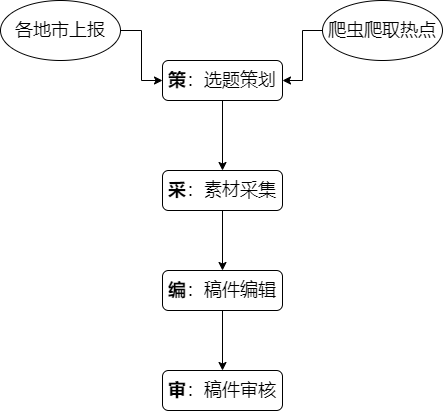
Earlier version of the draw.io export Untitled Diagram.png (yangJinRui325/note). Source tidied: cells renumbered, new cells last; positions are measured from the earlier drawing's top-left corner, leaving out a move shared by most shapes.
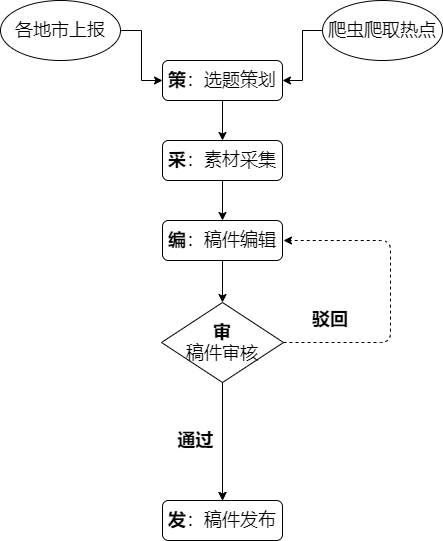
Later version of the same file.

What changed in the source:
```diff
@@ -8,19 +8,17 @@
     <mxCell id="3" value="&lt;font style=&quot;font-size: 18px&quot;&gt;&lt;b&gt;策&lt;/b&gt;：选题策划&lt;/font&gt;" style="rounded=1;whiteSpace=wrap;html=1;fontSize=12;glass=0;strokeWidth=1;shadow=0;" parent="1" vertex="1">
       <mxGeometry x="162" y="60" width="120" height="40" as="geometry" />
     </mxCell>
-    <mxCell id="4" style="edgeStyle=orthogonalEdgeStyle;rounded=0;jettySize=auto;html=1;" parent="1" edge="1" source="5">
-      <mxGeometry relative="1" as="geometry">
-        <mxPoint x="222" y="370" as="targetPoint" />
-      </mxGeometry>
-    </mxCell>
+    <mxCell id="13" style="edgeStyle=orthogonalEdgeStyle;rounded=0;jettySize=auto;html=1;" parent="1" edge="1" source="5" target="17">
+      <mxGeometry relative="1" as="geometry" />
+    </mxCell>
     <mxCell id="5" value="&lt;font style=&quot;font-size: 18px&quot;&gt;&lt;b&gt;编&lt;/b&gt;：稿件编辑&lt;/font&gt;" style="rounded=1;whiteSpace=wrap;html=1;fontSize=12;glass=0;strokeWidth=1;shadow=0;" parent="1" vertex="1">
-      <mxGeometry x="162" y="270" width="120" height="40" as="geometry" />
+      <mxGeometry x="162" y="220" width="120" height="40" as="geometry" />
     </mxCell>
     <mxCell id="6" style="edgeStyle=orthogonalEdgeStyle;rounded=0;jettySize=auto;html=1;" parent="1" edge="1" source="7" target="5">
       <mxGeometry relative="1" as="geometry" />
     </mxCell>
     <mxCell id="7" value="&lt;font style=&quot;font-size: 18px&quot;&gt;&lt;b&gt;采&lt;/b&gt;：素材采集&lt;/font&gt;" style="rounded=1;whiteSpace=wrap;html=1;fontSize=12;glass=0;strokeWidth=1;shadow=0;" parent="1" vertex="1">
-      <mxGeometry x="162" y="170" width="120" height="40" as="geometry" />
+      <mxGeometry x="162" y="140" width="120" height="40" as="geometry" />
     </mxCell>
     <mxCell id="8" style="edgeStyle=orthogonalEdgeStyle;rounded=0;jettySize=auto;html=1;" parent="1" edge="1" source="9" target="3">
       <mxGeometry relative="1" as="geometry" />
@@ -34,8 +32,32 @@
     <mxCell id="11" value="&lt;font style=&quot;font-size: 18px&quot;&gt;各地市上报&lt;/font&gt;" style="ellipse;whiteSpace=wrap;html=1;rounded=1;shadow=0;strokeWidth=1;glass=0;" parent="1" vertex="1">
       <mxGeometry width="120" height="60" as="geometry" />
     </mxCell>
-    <mxCell id="12" value="&lt;font style=&quot;font-size: 18px&quot;&gt;&lt;b&gt;审&lt;/b&gt;：稿件审核&lt;/font&gt;" style="rounded=1;whiteSpace=wrap;html=1;fontSize=12;glass=0;strokeWidth=1;shadow=0;" parent="1" vertex="1">
-      <mxGeometry x="162" y="370" width="120" height="40" as="geometry" />
-    </mxCell>
+    <mxCell id="14" value="&lt;font style=&quot;font-size: 18px&quot;&gt;&lt;b&gt;发&lt;/b&gt;：稿件发布&lt;/font&gt;" style="rounded=1;whiteSpace=wrap;html=1;fontSize=12;glass=0;strokeWidth=1;shadow=0;" parent="1" vertex="1">
+      <mxGeometry x="162" y="500" width="120" height="40" as="geometry" />
+    </mxCell>
+    <mxCell id="15" style="edgeStyle=orthogonalEdgeStyle;rounded=0;jettySize=auto;html=1;" parent="1" edge="1" source="17" target="14">
+      <mxGeometry relative="1" as="geometry" />
+    </mxCell>
+    <mxCell id="16" style="edgeStyle=orthogonalEdgeStyle;rounded=0;jettySize=auto;html=1;" parent="1" edge="1" source="17" target="14">
+      <mxGeometry relative="1" as="geometry" />
+    </mxCell>
+    <mxCell id="17" value="&lt;font style=&quot;font-size: 18px&quot;&gt;&lt;b&gt;审&lt;/b&gt;&lt;br&gt;稿件审核&lt;br&gt;&lt;/font&gt;" style="rhombus;whiteSpace=wrap;html=1;" parent="1" vertex="1">
+      <mxGeometry x="161" y="302" width="122" height="80" as="geometry" />
+    </mxCell>
+    <mxCell id="18" value="&lt;b&gt;&lt;font style=&quot;font-size: 18px ; background-color: rgb(255 , 255 , 255)&quot;&gt;通过&lt;/font&gt;&lt;/b&gt;" style="text;html=1;align=center;verticalAlign=middle;strokeColor=none;" parent="1" vertex="1">
+      <mxGeometry x="170" y="430" width="50" height="20" as="geometry" />
+    </mxCell>
+    <mxCell id="19" style="edgeStyle=elbowEdgeStyle;elbow=horizontal;endArrow=classic;html=1;dashed=1;fontSize=18;exitX=1;exitY=0.5;exitDx=0;exitDy=0;" parent="1" edge="1" source="17">
+      <mxGeometry relative="1" as="geometry">
+        <mxPoint x="283" y="240" as="targetPoint" />
+        <Array as="points">
+          <mxPoint x="390" y="290" />
+          <mxPoint x="360" y="290" />
+        </Array>
+      </mxGeometry>
+    </mxCell>
+    <mxCell id="20" value="&lt;div style=&quot;text-align: center&quot;&gt;&lt;font face=&quot;helvetica&quot;&gt;&lt;span style=&quot;background-color: rgb(255 , 255 , 255)&quot;&gt;&lt;b&gt;驳回&lt;/b&gt;&lt;/span&gt;&lt;/font&gt;&lt;/div&gt;" style="text;whiteSpace=wrap;html=1;fontSize=18;" parent="1" vertex="1">
+      <mxGeometry x="310" y="302" width="60" height="40" as="geometry" />
+    </mxCell>
   </root>
 </mxGraphModel>
```
